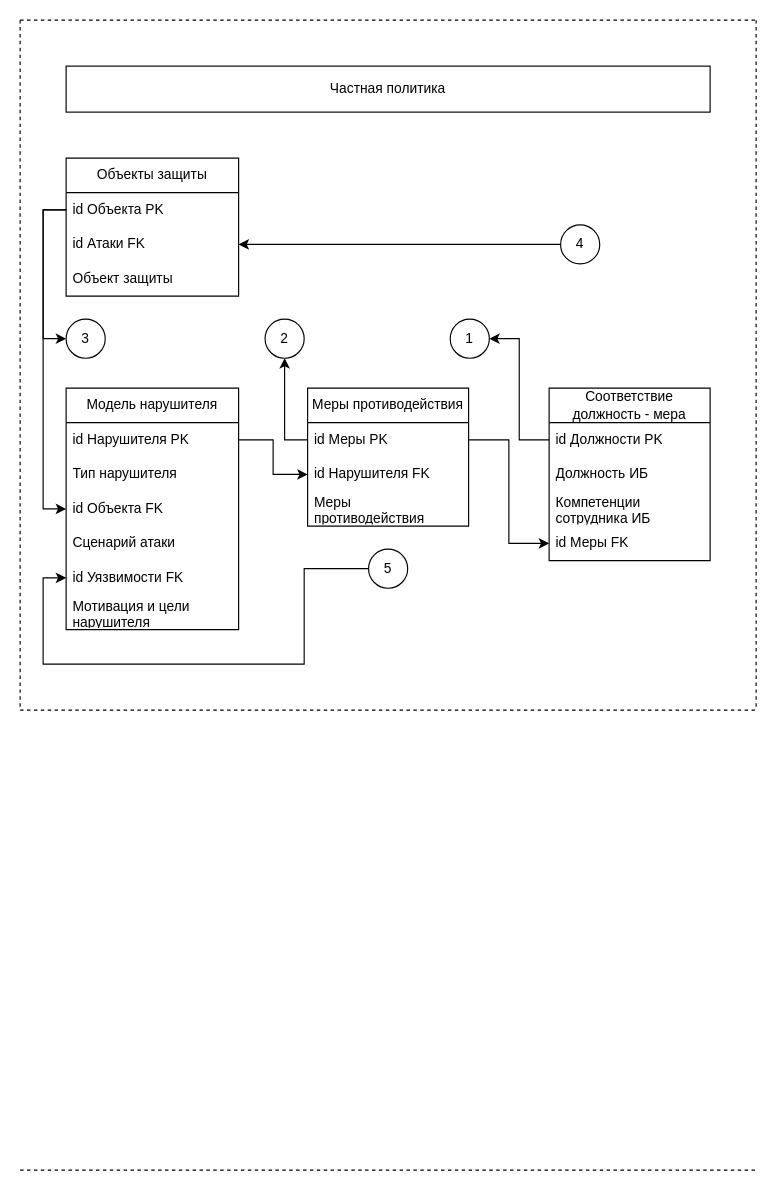
Above: Частная политика.drawio in SmirnovBogdan8/Diplom (draw.io), before the change. Source tidied: cells renumbered, new cells numbered last; positions are measured from the earlier drawing's top-left corner, leaving out a move shared by most shapes. Both pictures are drawn from the tidied source at 115%, with x=0, y=0 at pixel (20, 20).
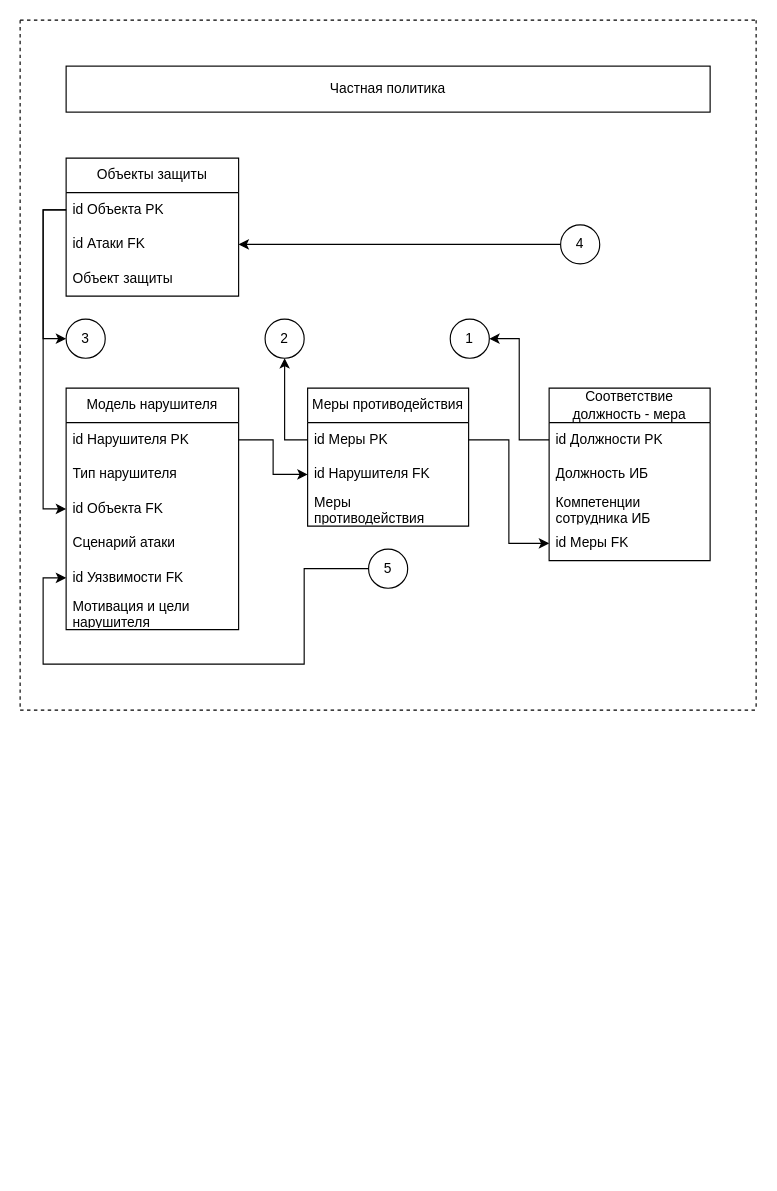
The same page after the edit.

What changed in the source:
```diff
@@
-    <mxCell id="19" style="endArrow=none;dashed=1;html=1;rounded=0;" parent="1" edge="1">
-      <mxGeometry relative="1" as="geometry">
-        <mxPoint y="1000" as="sourcePoint" />
-        <mxPoint x="640" y="1000" as="targetPoint" />
-      </mxGeometry>
-    </mxCell>
```
